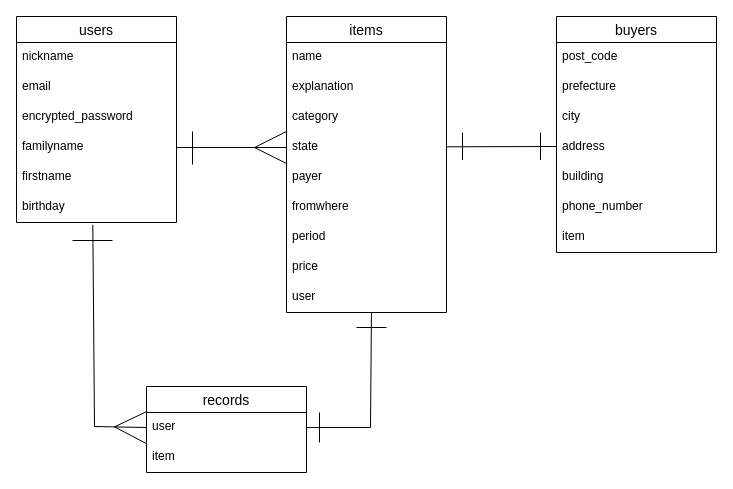
Taisei19/furima-40567 keeps this draw.io diagram as app/views/ER.dio. Above is the earlier version. Source tidied: cells renumbered, new cells numbered last; positions are measured from the earlier drawing's top-left corner, leaving out a move shared by most shapes. Both pictures are drawn from the tidied source at 100%, with x=0, y=0 at pixel (16, 16).
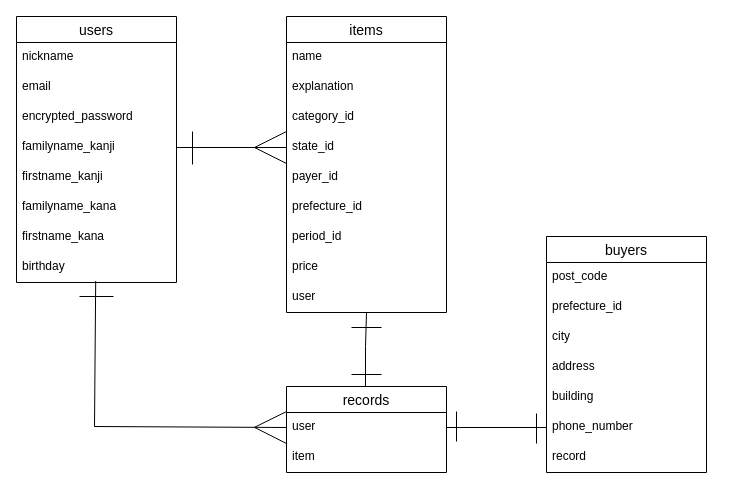
Above is the later version.

Commit message (it also covers changes not shown here):
commit0614-1（データベース設計修正2）

Unchanged cells that the change refers to:
```xml
<mxCell id="9" value="items" style="swimlane;fontStyle=0;horizontal=1;startSize=26;align=center;fontSize=14;" parent="1" vertex="1">
  <mxGeometry x="270" width="160" height="296" as="geometry" />
</mxCell>
<mxCell id="18" value="user" style="text;strokeColor=none;fillColor=none;spacingLeft=4;spacingRight=4;overflow=hidden;points=[[0,0.5],[1,0.5]];portConstraint=eastwest;fontSize=12;" parent="9" vertex="1">
  <mxGeometry y="266" width="160" height="30" as="geometry" />
</mxCell>
<mxCell id="20" value="user" style="text;strokeColor=none;fillColor=none;spacingLeft=4;spacingRight=4;overflow=hidden;points=[[0,0.5],[1,0.5]];portConstraint=eastwest;fontSize=12;" parent="19" vertex="1">
  <mxGeometry y="26" width="160" height="30" as="geometry" />
</mxCell>
```

Change to the diagram source:
```diff
@@
     <mxCell id="2" value="users" style="swimlane;fontStyle=0;horizontal=1;startSize=26;align=center;fontSize=14;" parent="1" vertex="1">
-      <mxGeometry width="160" height="206" as="geometry" />
+      <mxGeometry width="160" height="266" as="geometry" />
     </mxCell>
@@
-    <mxCell id="6" value="familyname" style="text;strokeColor=none;fillColor=none;spacingLeft=4;spacingRight=4;overflow=hidden;points=[[0,0.5],[1,0.5]];portConstraint=eastwest;fontSize=12;" parent="2" vertex="1">
+    <mxCell id="6" value="familyname_kanji" style="text;strokeColor=none;fillColor=none;spacingLeft=4;spacingRight=4;overflow=hidden;points=[[0,0.5],[1,0.5]];portConstraint=eastwest;fontSize=12;" parent="2" vertex="1">
       <mxGeometry y="116" width="160" height="30" as="geometry" />
     </mxCell>
-    <mxCell id="7" value="firstname" style="text;strokeColor=none;fillColor=none;spacingLeft=4;spacingRight=4;overflow=hidden;fontSize=12;" parent="2" vertex="1">
+    <mxCell id="7" value="firstname_kanji" style="text;strokeColor=none;fillColor=none;spacingLeft=4;spacingRight=4;overflow=hidden;fontSize=12;" parent="2" vertex="1">
       <mxGeometry y="146" width="160" height="30" as="geometry" />
     </mxCell>
+    <mxCell id="40" value="familyname_kana" style="text;strokeColor=none;fillColor=none;spacingLeft=4;spacingRight=4;overflow=hidden;fontSize=12;" parent="2" vertex="1">
+      <mxGeometry y="176" width="160" height="30" as="geometry" />
+    </mxCell>
+    <mxCell id="41" value="firstname_kana" style="text;strokeColor=none;fillColor=none;spacingLeft=4;spacingRight=4;overflow=hidden;fontSize=12;" parent="2" vertex="1">
+      <mxGeometry y="206" width="160" height="30" as="geometry" />
+    </mxCell>
     <mxCell id="8" value="birthday" style="text;strokeColor=none;fillColor=none;spacingLeft=4;spacingRight=4;overflow=hidden;points=[[0,0.5],[1,0.5]];portConstraint=eastwest;fontSize=12;" parent="2" vertex="1">
-      <mxGeometry y="176" width="160" height="30" as="geometry" />
+      <mxGeometry y="236" width="160" height="30" as="geometry" />
     </mxCell>
@@
-    <mxCell id="12" value="category" style="text;strokeColor=none;fillColor=none;spacingLeft=4;spacingRight=4;overflow=hidden;fontSize=12;" parent="9" vertex="1">
+    <mxCell id="12" value="category_id" style="text;strokeColor=none;fillColor=none;spacingLeft=4;spacingRight=4;overflow=hidden;fontSize=12;" parent="9" vertex="1">
       <mxGeometry y="86" width="160" height="30" as="geometry" />
     </mxCell>
-    <mxCell id="13" value="state" style="text;strokeColor=none;fillColor=none;spacingLeft=4;spacingRight=4;overflow=hidden;fontSize=12;" parent="9" vertex="1">
+    <mxCell id="13" value="state_id" style="text;strokeColor=none;fillColor=none;spacingLeft=4;spacingRight=4;overflow=hidden;fontSize=12;" parent="9" vertex="1">
       <mxGeometry y="116" width="160" height="30" as="geometry" />
     </mxCell>
-    <mxCell id="14" value="payer" style="text;strokeColor=none;fillColor=none;spacingLeft=4;spacingRight=4;overflow=hidden;fontSize=12;" parent="9" vertex="1">
+    <mxCell id="14" value="payer_id" style="text;strokeColor=none;fillColor=none;spacingLeft=4;spacingRight=4;overflow=hidden;fontSize=12;" parent="9" vertex="1">
       <mxGeometry y="146" width="160" height="30" as="geometry" />
     </mxCell>
-    <mxCell id="15" value="fromwhere" style="text;strokeColor=none;fillColor=none;spacingLeft=4;spacingRight=4;overflow=hidden;fontSize=12;" parent="9" vertex="1">
+    <mxCell id="15" value="prefecture_id" style="text;strokeColor=none;fillColor=none;spacingLeft=4;spacingRight=4;overflow=hidden;fontSize=12;" parent="9" vertex="1">
       <mxGeometry y="176" width="160" height="30" as="geometry" />
     </mxCell>
-    <mxCell id="16" value="period" style="text;strokeColor=none;fillColor=none;spacingLeft=4;spacingRight=4;overflow=hidden;fontSize=12;" parent="9" vertex="1">
+    <mxCell id="16" value="period_id" style="text;strokeColor=none;fillColor=none;spacingLeft=4;spacingRight=4;overflow=hidden;fontSize=12;" parent="9" vertex="1">
       <mxGeometry y="206" width="160" height="30" as="geometry" />
     </mxCell>
@@
     <mxCell id="19" value="records" style="swimlane;fontStyle=0;horizontal=1;startSize=26;align=center;fontSize=14;" parent="1" vertex="1">
-      <mxGeometry x="130" y="370" width="160" height="86" as="geometry" />
+      <mxGeometry x="270" y="370" width="160" height="86" as="geometry" />
     </mxCell>
@@
     <mxCell id="24" style="endArrow=none;html=1;rounded=0;startSize=6;endSize=30;jumpSize=6;" parent="1" edge="1">
       <mxGeometry relative="1" as="geometry">
-        <mxPoint x="96" y="224" as="sourcePoint" />
-        <mxPoint x="56" y="224" as="targetPoint" />
+        <mxPoint x="97" y="280" as="sourcePoint" />
+        <mxPoint x="63" y="280" as="targetPoint" />
       </mxGeometry>
     </mxCell>
-    <mxCell id="25" style="endArrow=none;html=1;rounded=0;startSize=6;endSize=30;jumpSize=6;" parent="1" edge="1">
-      <mxGeometry relative="1" as="geometry">
-        <mxPoint x="446" y="116" as="sourcePoint" />
-        <mxPoint x="446" y="143.3" as="targetPoint" />
-      </mxGeometry>
-    </mxCell>
     <mxCell id="26" value="buyers" style="swimlane;fontStyle=0;horizontal=1;startSize=26;align=center;fontSize=14;" parent="1" vertex="1">
-      <mxGeometry x="540" width="160" height="236" as="geometry" />
+      <mxGeometry x="530" y="220" width="160" height="236" as="geometry" />
     </mxCell>
@@
-    <mxCell id="28" value="prefecture" style="text;strokeColor=none;fillColor=none;spacingLeft=4;spacingRight=4;overflow=hidden;fontSize=12;" parent="26" vertex="1">
+    <mxCell id="28" value="prefecture_id" style="text;strokeColor=none;fillColor=none;spacingLeft=4;spacingRight=4;overflow=hidden;fontSize=12;" parent="26" vertex="1">
       <mxGeometry y="56" width="160" height="30" as="geometry" />
     </mxCell>
@@
-    <mxCell id="31" style="endArrow=none;html=1;rounded=0;" parent="26" edge="1">
-      <mxGeometry relative="1" as="geometry">
-        <mxPoint x="-110" y="130.3" as="sourcePoint" />
-        <mxPoint y="130" as="targetPoint" />
-      </mxGeometry>
-    </mxCell>
@@
-    <mxCell id="34" value="item" style="text;strokeColor=none;fillColor=none;spacingLeft=4;spacingRight=4;overflow=hidden;fontSize=12;" parent="26" vertex="1">
-      <mxGeometry y="206" width="160" height="30" as="geometry" />
-    </mxCell>
+    <mxCell id="42" value="record" style="text;strokeColor=none;fillColor=none;spacingLeft=4;spacingRight=4;overflow=hidden;fontSize=12;" parent="26" vertex="1">
+      <mxGeometry y="206" width="160" height="30" as="geometry" />
+    </mxCell>
-    <mxCell id="35" style="edgeStyle=none;html=1;endArrow=ERmany;endFill=0;entryX=0;entryY=0.5;entryDx=0;entryDy=0;endSize=30;jumpSize=6;startSize=6;rounded=0;exitX=0.477;exitY=1.078;exitDx=0;exitDy=0;exitPerimeter=0;" parent="1" edge="1" source="8" target="20">
+    <mxCell id="35" style="edgeStyle=none;html=1;endArrow=ERmany;endFill=0;entryX=0;entryY=0.5;entryDx=0;entryDy=0;endSize=30;jumpSize=6;startSize=6;rounded=0;exitX=0.495;exitY=0.952;exitDx=0;exitDy=0;exitPerimeter=0;" parent="1" edge="1" source="8" target="20">
       <mxGeometry relative="1" as="geometry">
         <Array as="points">
           <mxPoint x="78" y="410" />
         </Array>
       </mxGeometry>
     </mxCell>
-    <mxCell id="36" style="endArrow=none;html=1;rounded=0;startSize=6;endSize=30;jumpSize=6;" parent="1" edge="1">
-      <mxGeometry relative="1" as="geometry">
-        <mxPoint x="524" y="116" as="sourcePoint" />
-        <mxPoint x="524" y="143.3" as="targetPoint" />
-      </mxGeometry>
-    </mxCell>
-    <mxCell id="37" style="endArrow=none;html=1;rounded=0;entryX=1;entryY=0.5;entryDx=0;entryDy=0;exitX=0.531;exitY=1.011;exitDx=0;exitDy=0;exitPerimeter=0;" parent="1" edge="1" source="18" target="20">
+    <mxCell id="37" style="endArrow=none;html=1;rounded=0;exitX=0.531;exitY=1.011;exitDx=0;exitDy=0;exitPerimeter=0;" parent="1" edge="1">
       <mxGeometry relative="1" as="geometry">
+        <mxPoint x="350" y="296.3" as="sourcePoint" />
+        <mxPoint x="349" y="370" as="targetPoint" />
         <Array as="points">
-          <mxPoint x="354" y="411" />
+          <mxPoint x="349" y="330" />
         </Array>
       </mxGeometry>
     </mxCell>
     <mxCell id="38" style="endArrow=none;html=1;rounded=0;startSize=6;endSize=30;jumpSize=6;" parent="1" edge="1">
       <mxGeometry relative="1" as="geometry">
-        <mxPoint x="370" y="311" as="sourcePoint" />
-        <mxPoint x="340" y="311" as="targetPoint" />
+        <mxPoint x="365" y="311" as="sourcePoint" />
+        <mxPoint x="335" y="311" as="targetPoint" />
       </mxGeometry>
     </mxCell>
     <mxCell id="39" style="endArrow=none;html=1;rounded=0;startSize=6;endSize=30;jumpSize=6;" parent="1" edge="1">
       <mxGeometry relative="1" as="geometry">
-        <mxPoint x="303" y="426" as="sourcePoint" />
-        <mxPoint x="303" y="396" as="targetPoint" />
+        <mxPoint x="365" y="358" as="sourcePoint" />
+        <mxPoint x="335" y="358" as="targetPoint" />
       </mxGeometry>
     </mxCell>
+    <mxCell id="43" style="endArrow=none;html=1;rounded=0;exitX=1;exitY=0.5;exitDx=0;exitDy=0;" parent="1" edge="1" source="20">
+      <mxGeometry relative="1" as="geometry">
+        <mxPoint x="530" y="411" as="targetPoint" />
+      </mxGeometry>
+    </mxCell>
+    <mxCell id="44" style="endArrow=none;html=1;rounded=0;startSize=6;endSize=30;jumpSize=6;" parent="1" edge="1">
+      <mxGeometry relative="1" as="geometry">
+        <mxPoint x="440" y="395" as="sourcePoint" />
+        <mxPoint x="440" y="425" as="targetPoint" />
+      </mxGeometry>
+    </mxCell>
+    <mxCell id="45" style="endArrow=none;html=1;rounded=0;startSize=6;endSize=30;jumpSize=6;" parent="1" edge="1">
+      <mxGeometry relative="1" as="geometry">
+        <mxPoint x="520" y="427" as="sourcePoint" />
+        <mxPoint x="520" y="397" as="targetPoint" />
+      </mxGeometry>
+    </mxCell>
```
